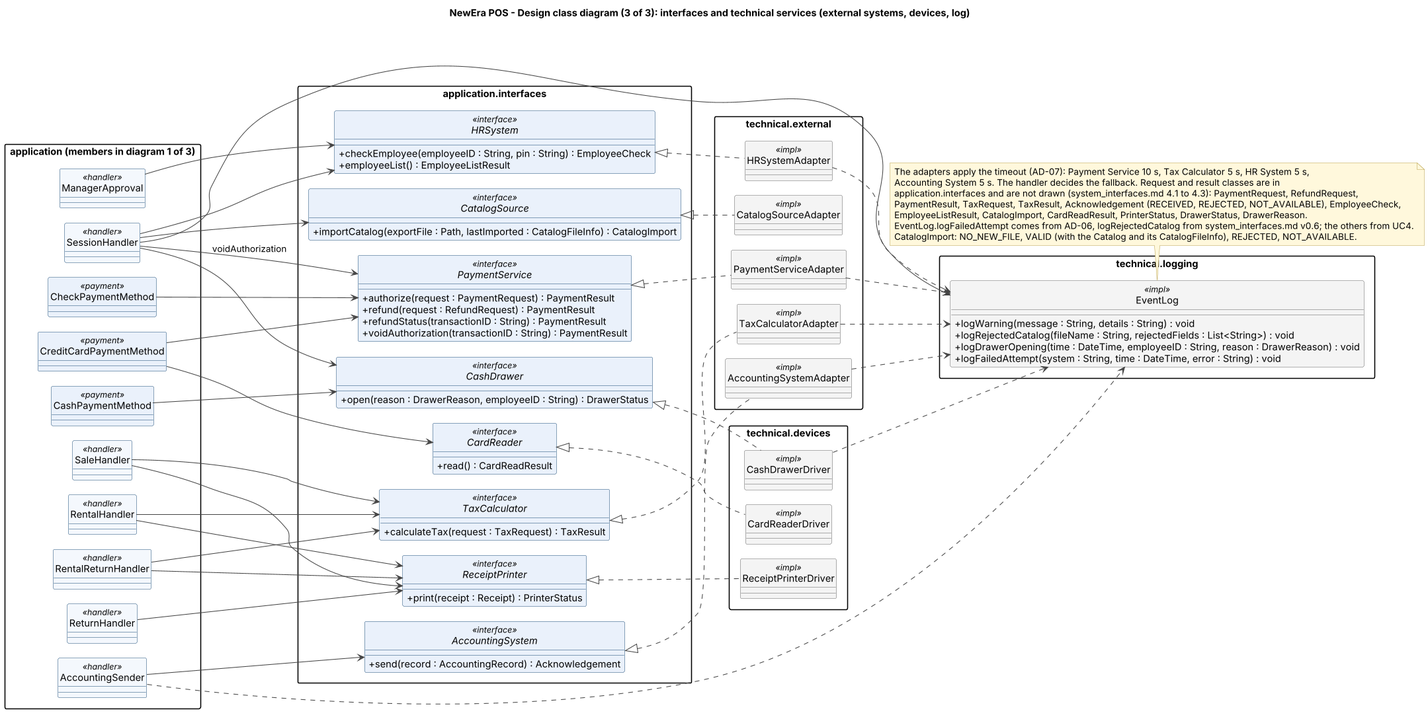
The PlantUML diagram assets/design_classes_technical.png in bhsei/26D, before a commit.
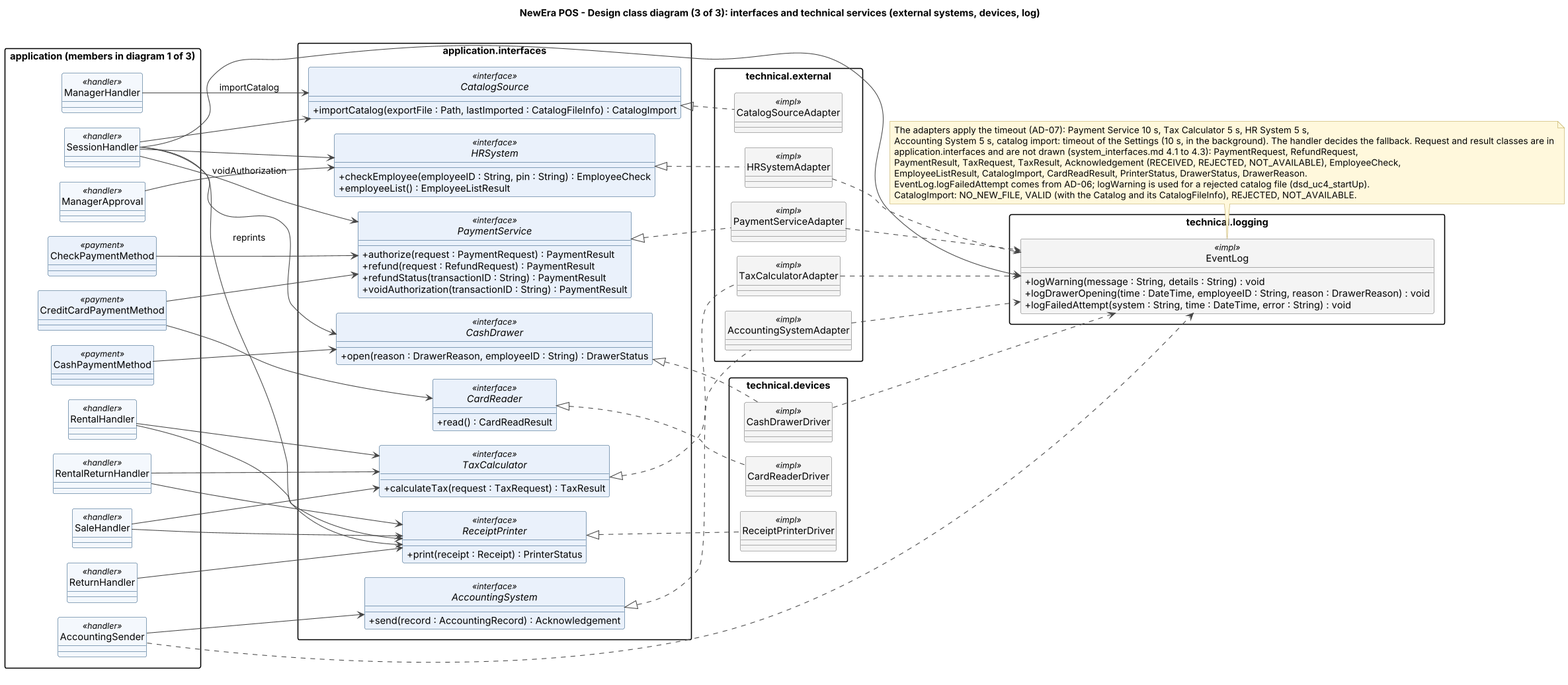
After the commit.

Commit message:
W11 - Design class diagram, external systems, devices and log; review #69 (EventLog, catalog import timeout, ManagerHandler and SessionHandler arrows)

Change to the diagram source:
```diff
@@ -28,6 +28,7 @@
 
 package "application (members in diagram 1 of 3)" {
   class SessionHandler <<handler>>
+  class ManagerHandler <<handler>>
   class SaleHandler <<handler>>
   class ReturnHandler <<handler>>
   class RentalHandler <<handler>>
@@ -85,7 +86,6 @@
 package "technical.logging" {
   class EventLog <<impl>> {
     + logWarning(message : String, details : String) : void
-    + logRejectedCatalog(fileName : String, rejectedFields : List<String>) : void
     + logDrawerOpening(time : DateTime, employeeID : String, reason : DrawerReason) : void
     + logFailedAttempt(system : String, time : DateTime, error : String) : void
   }
@@ -104,6 +104,8 @@
 SessionHandler --> HRSystem
 SessionHandler --> PaymentService : voidAuthorization
 SessionHandler --> CashDrawer
+SessionHandler --> ReceiptPrinter : reprints
+ManagerHandler --> CatalogSource : importCatalog
 SessionHandler --> EventLog
 SaleHandler --> TaxCalculator
 SaleHandler --> ReceiptPrinter
@@ -128,11 +130,11 @@
 
 note bottom of EventLog
   The adapters apply the timeout (AD-07): Payment Service 10 s, Tax Calculator 5 s, HR System 5 s,
-  Accounting System 5 s. The handler decides the fallback. Request and result classes are in
+  Accounting System 5 s, catalog import: timeout of the Settings (10 s, in the background). The handler decides the fallback. Request and result classes are in
   application.interfaces and are not drawn (system_interfaces.md 4.1 to 4.3): PaymentRequest, RefundRequest,
   PaymentResult, TaxRequest, TaxResult, Acknowledgement (RECEIVED, REJECTED, NOT_AVAILABLE), EmployeeCheck,
   EmployeeListResult, CatalogImport, CardReadResult, PrinterStatus, DrawerStatus, DrawerReason.
-  EventLog.logFailedAttempt comes from AD-06, logRejectedCatalog from system_interfaces.md v0.6; the others from UC4.
+  EventLog.logFailedAttempt comes from AD-06; logWarning is used for a rejected catalog file (dsd_uc4_startUp).
   CatalogImport: NO_NEW_FILE, VALID (with the Catalog and its CatalogFileInfo), REJECTED, NOT_AVAILABLE.
 end note
 @enduml
```
